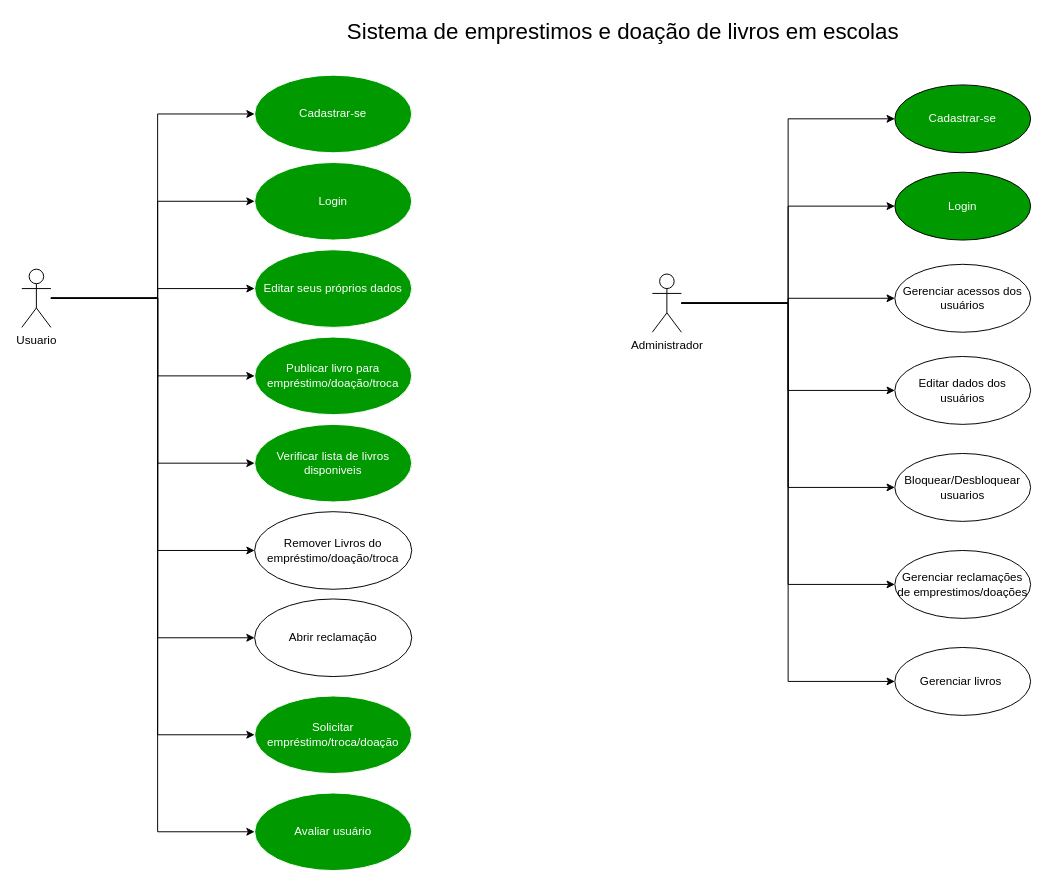
Earlier version of the draw.io diagram page "Caso de uso" (1 of 9) of Diagramas/Diagramas.drawio (Raphael0305/Fatec-PI). Source tidied: cells renumbered, new cells numbered last; positions are measured from the earlier drawing's top-left corner, leaving out a move shared by most shapes. Both pictures are drawn from the tidied source at 97%, with x=0, y=0 at pixel (21, 16).
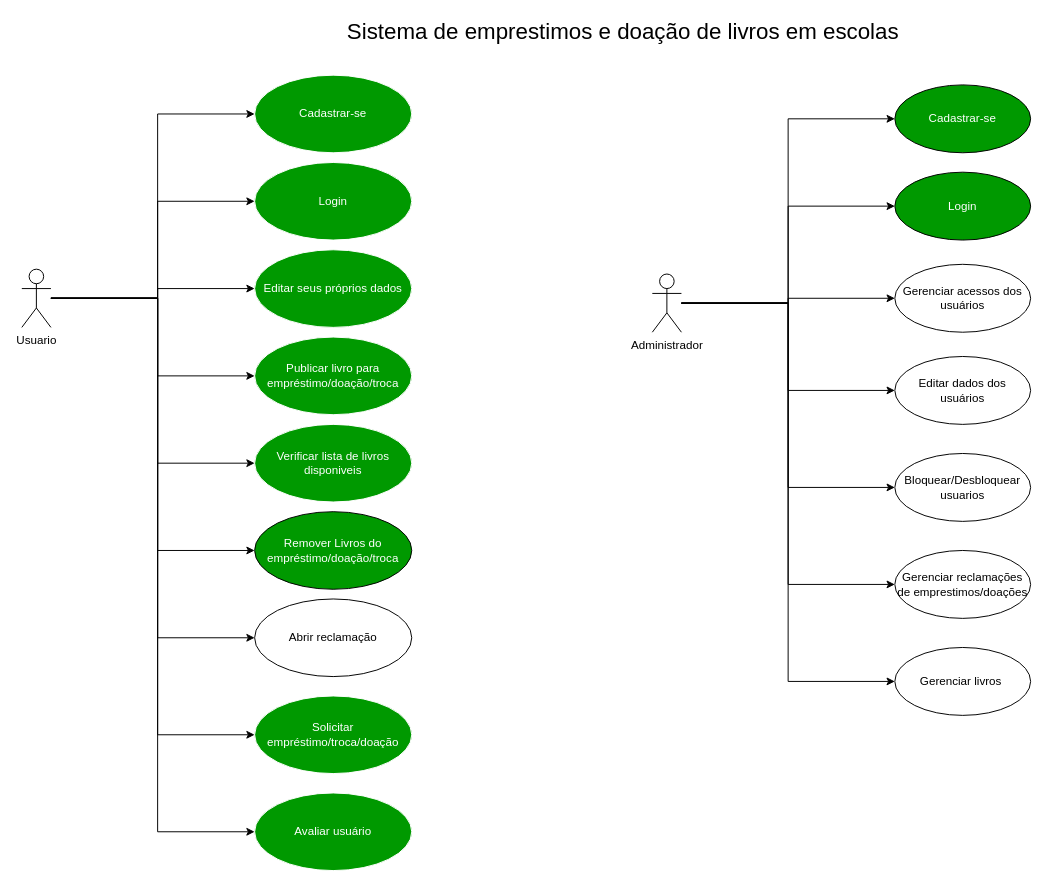
The same page after the edit.

Change to the diagram source:
```diff
@@
-    <mxCell id="28" value="Remover Livros do empréstimo/doação/troca" style="ellipse;whiteSpace=wrap;html=1;fillColor=#FFFFFF;strokeColor=#000000;" parent="1" vertex="1">
+    <mxCell id="28" value="&lt;font color=&quot;#ffffff&quot;&gt;Remover Livros do empréstimo/doação/troca&lt;/font&gt;" style="ellipse;whiteSpace=wrap;html=1;fillColor=#009900;strokeColor=#000000;" parent="1" vertex="1">
       <mxGeometry x="240" y="510" width="162" height="80" as="geometry" />
     </mxCell>
```
